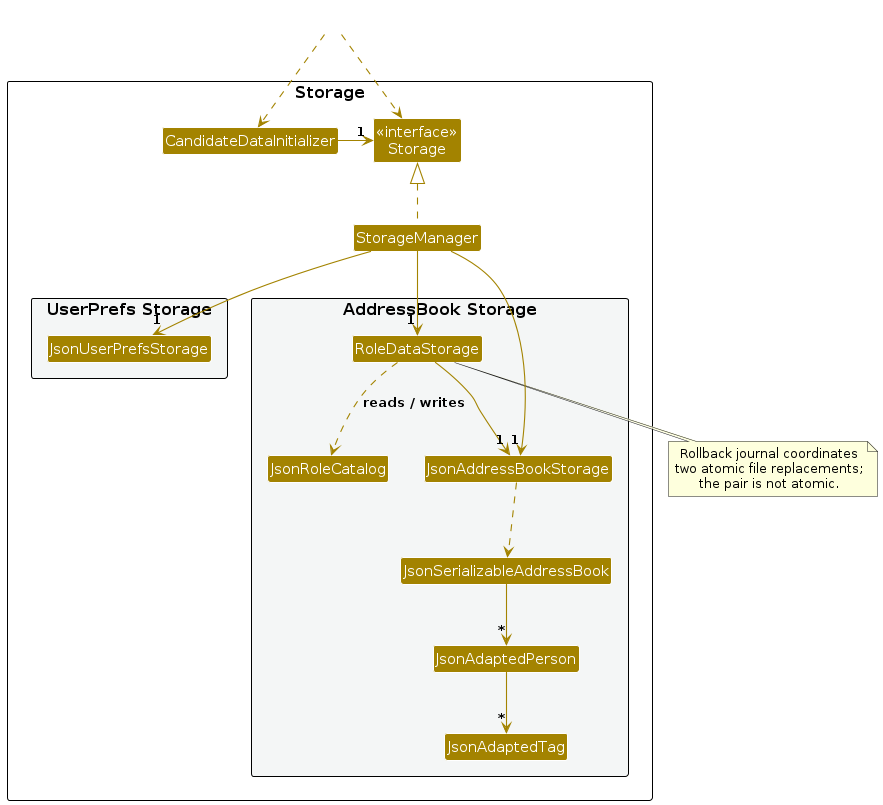
Before: diagrams/StorageClassDiagram.png, a diagram exported from PlantUML (AY2627S1-CS2103-F10-1/tp). Its source is kept beside it as diagrams/StorageClassDiagram.puml.
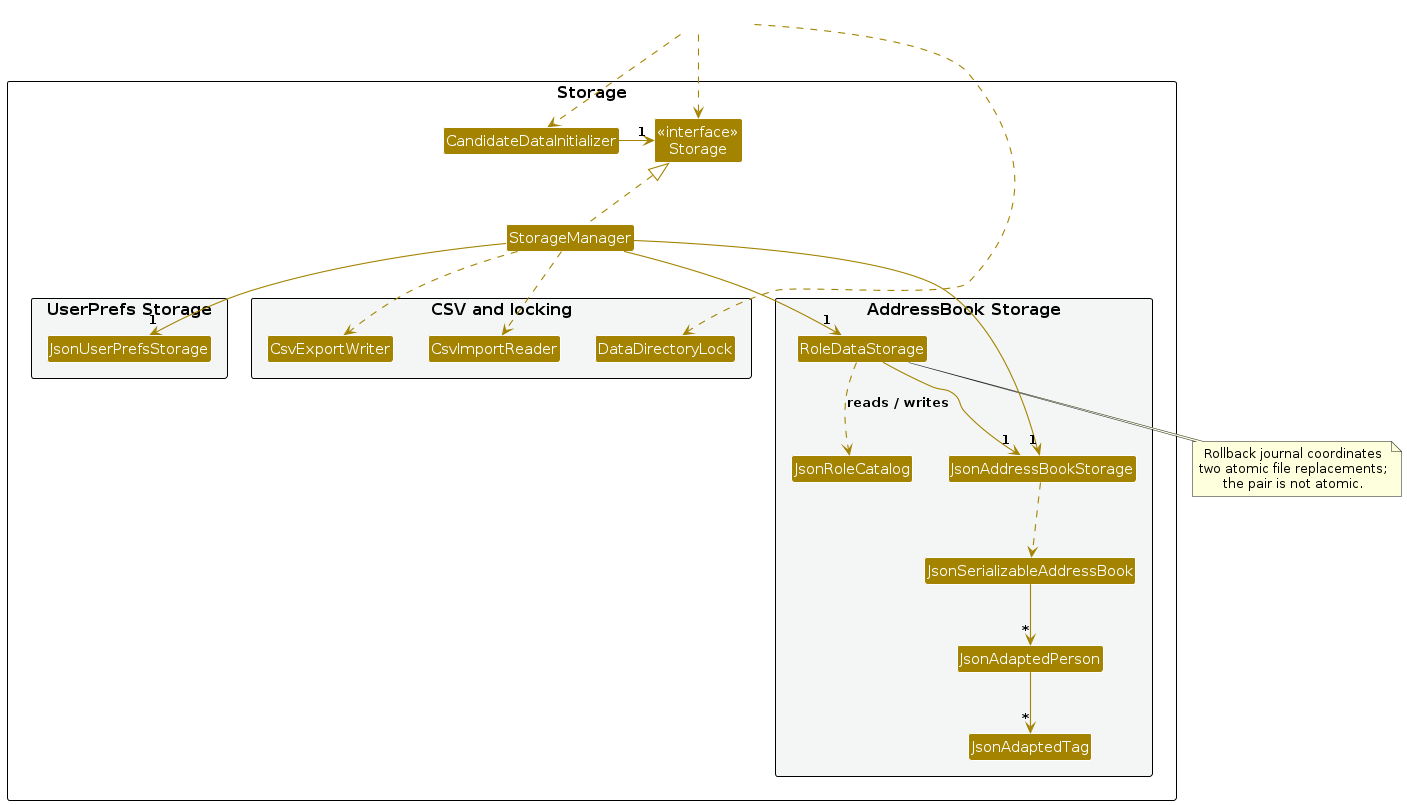
The same diagram one commit later.

What changed in the source:
```diff
@@ -14,6 +14,12 @@
 Class JsonUserPrefsStorage
 }
 
+package "CSV and locking" #F4F6F6{
+Class CsvExportWriter
+Class CsvImportReader
+Class DataDirectoryLock
+}
+
 package "AddressBook Storage" #F4F6F6{
 Class RoleDataStorage
 Class JsonRoleCatalog
@@ -28,12 +34,15 @@
 Class HiddenOutside #FFFFFF
 HiddenOutside ..> Storage
 HiddenOutside ..> CandidateDataInitializer
+HiddenOutside ..> DataDirectoryLock
 
 CandidateDataInitializer -right-> "1" Storage
 StorageManager .up.|> Storage
 StorageManager -down-> "1" JsonUserPrefsStorage
 StorageManager -down-> "1" JsonAddressBookStorage
 StorageManager -down-> "1" RoleDataStorage
+StorageManager ..> CsvExportWriter
+StorageManager ..> CsvImportReader
 RoleDataStorage --> "1" JsonAddressBookStorage
 RoleDataStorage ..> JsonRoleCatalog : reads / writes
 note bottom of RoleDataStorage
```
